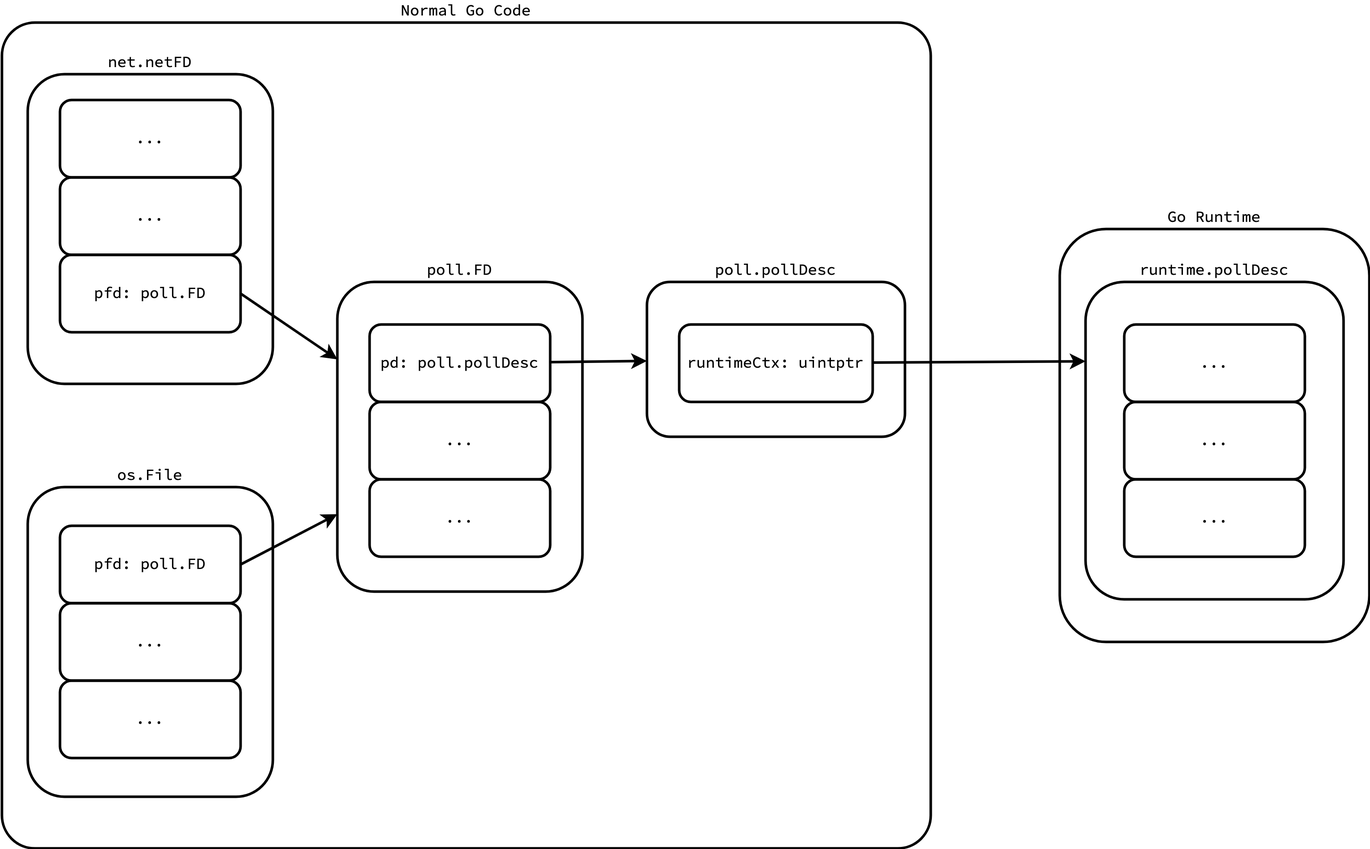
Above: assets/2025-03-11-go-scheduler/netpoll_descriptors.png in nghiant3223/nghiant3223.github.io (draw.io), before the change. Source tidied: cells renumbered, new cells last; positions are measured from the earlier drawing's top-left corner, leaving out a move shared by most shapes. Its diagram source:
```xml
<mxGraphModel>
  <root>
    <mxCell id="0" />
    <mxCell id="1" parent="0" />
    <mxCell id="2" value="Go Runtime" style="rounded=1;whiteSpace=wrap;html=1;labelPosition=center;verticalLabelPosition=top;align=center;verticalAlign=bottom;fontFamily=Source Code Pro;fontSource=https%3A%2F%2Ffonts.googleapis.com%2Fcss%3Ffamily%3DSource%2BCode%2BPro;strokeWidth=2;fillColor=none;" parent="1" vertex="1">
      <mxGeometry x="820" y="160" width="240" height="320" as="geometry" />
    </mxCell>
    <mxCell id="3" value="Normal Go Code" style="rounded=1;whiteSpace=wrap;html=1;labelPosition=center;verticalLabelPosition=top;align=center;verticalAlign=bottom;fontFamily=Source Code Pro;fontSource=https%3A%2F%2Ffonts.googleapis.com%2Fcss%3Ffamily%3DSource%2BCode%2BPro;strokeWidth=2;fillColor=none;arcSize=4;" parent="1" vertex="1">
      <mxGeometry width="720" height="640" as="geometry" />
    </mxCell>
    <mxCell id="4" value="poll.FD" style="rounded=1;whiteSpace=wrap;html=1;verticalAlign=bottom;labelPosition=center;verticalLabelPosition=top;align=center;fontFamily=Source Code Pro;fontSource=https%3A%2F%2Ffonts.googleapis.com%2Fcss%3Ffamily%3DSource%2BCode%2BPro;strokeWidth=2;fillColor=none;" parent="1" vertex="1">
      <mxGeometry x="260" y="201" width="190" height="240" as="geometry" />
    </mxCell>
    <mxCell id="5" value="pd: poll.pollDesc" style="rounded=1;whiteSpace=wrap;html=1;fontFamily=Source Code Pro;fontSource=https%3A%2F%2Ffonts.googleapis.com%2Fcss%3Ffamily%3DSource%2BCode%2BPro;strokeWidth=2;fillColor=none;" parent="1" vertex="1">
      <mxGeometry x="285" y="234" width="140" height="60" as="geometry" />
    </mxCell>
    <mxCell id="6" value="..." style="rounded=1;whiteSpace=wrap;html=1;fontFamily=Source Code Pro;fontSource=https%3A%2F%2Ffonts.googleapis.com%2Fcss%3Ffamily%3DSource%2BCode%2BPro;strokeWidth=2;fillColor=none;" parent="1" vertex="1">
      <mxGeometry x="285" y="294" width="140" height="60" as="geometry" />
    </mxCell>
    <mxCell id="7" value="..." style="rounded=1;whiteSpace=wrap;html=1;fontFamily=Source Code Pro;fontSource=https%3A%2F%2Ffonts.googleapis.com%2Fcss%3Ffamily%3DSource%2BCode%2BPro;strokeWidth=2;fillColor=none;" parent="1" vertex="1">
      <mxGeometry x="285" y="354" width="140" height="60" as="geometry" />
    </mxCell>
    <mxCell id="8" value="poll.pollDesc" style="rounded=1;whiteSpace=wrap;html=1;verticalAlign=bottom;labelPosition=center;verticalLabelPosition=top;align=center;fontFamily=Source Code Pro;fontSource=https%3A%2F%2Ffonts.googleapis.com%2Fcss%3Ffamily%3DSource%2BCode%2BPro;strokeWidth=2;fillColor=none;" parent="1" vertex="1">
      <mxGeometry x="500" y="201" width="200" height="120" as="geometry" />
    </mxCell>
    <mxCell id="9" value="runtimeCtx: uintptr" style="rounded=1;whiteSpace=wrap;html=1;fontFamily=Source Code Pro;fontSource=https%3A%2F%2Ffonts.googleapis.com%2Fcss%3Ffamily%3DSource%2BCode%2BPro;strokeWidth=2;fillColor=none;" parent="1" vertex="1">
      <mxGeometry x="525" y="234" width="150" height="60" as="geometry" />
    </mxCell>
    <mxCell id="10" style="endArrow=classic;html=1;rounded=0;fontFamily=Source Code Pro;fontSource=https%3A%2F%2Ffonts.googleapis.com%2Fcss%3Ffamily%3DSource%2BCode%2BPro;strokeWidth=2;fillColor=none;" parent="1" edge="1" source="5" target="8">
      <mxGeometry relative="1" as="geometry" />
    </mxCell>
    <mxCell id="11" value="runtime.pollDesc" style="rounded=1;whiteSpace=wrap;html=1;verticalAlign=bottom;labelPosition=center;verticalLabelPosition=top;align=center;fontFamily=Source Code Pro;fontSource=https%3A%2F%2Ffonts.googleapis.com%2Fcss%3Ffamily%3DSource%2BCode%2BPro;strokeWidth=2;fillColor=none;" parent="1" vertex="1">
      <mxGeometry x="840" y="201" width="200" height="246" as="geometry" />
    </mxCell>
    <mxCell id="12" value="..." style="rounded=1;whiteSpace=wrap;html=1;fontFamily=Source Code Pro;fontSource=https%3A%2F%2Ffonts.googleapis.com%2Fcss%3Ffamily%3DSource%2BCode%2BPro;strokeWidth=2;fillColor=none;" parent="1" vertex="1">
      <mxGeometry x="870" y="234" width="140" height="60" as="geometry" />
    </mxCell>
    <mxCell id="13" style="endArrow=classic;html=1;rounded=0;fontFamily=Source Code Pro;fontSource=https%3A%2F%2Ffonts.googleapis.com%2Fcss%3Ffamily%3DSource%2BCode%2BPro;strokeWidth=2;fillColor=none;entryX=0;entryY=0.25;entryDx=0;entryDy=0;" parent="1" edge="1" source="9" target="11">
      <mxGeometry relative="1" as="geometry" />
    </mxCell>
    <mxCell id="14" value="..." style="rounded=1;whiteSpace=wrap;html=1;fontFamily=Source Code Pro;fontSource=https%3A%2F%2Ffonts.googleapis.com%2Fcss%3Ffamily%3DSource%2BCode%2BPro;strokeWidth=2;fillColor=none;" parent="1" vertex="1">
      <mxGeometry x="870" y="294" width="140" height="60" as="geometry" />
    </mxCell>
    <mxCell id="15" value="..." style="rounded=1;whiteSpace=wrap;html=1;fontFamily=Source Code Pro;fontSource=https%3A%2F%2Ffonts.googleapis.com%2Fcss%3Ffamily%3DSource%2BCode%2BPro;strokeWidth=2;fillColor=none;" parent="1" vertex="1">
      <mxGeometry x="870" y="354" width="140" height="60" as="geometry" />
    </mxCell>
    <mxCell id="16" value="net.netFD" style="rounded=1;whiteSpace=wrap;html=1;verticalAlign=bottom;labelPosition=center;verticalLabelPosition=top;align=center;fontFamily=Source Code Pro;fontSource=https%3A%2F%2Ffonts.googleapis.com%2Fcss%3Ffamily%3DSource%2BCode%2BPro;strokeWidth=2;fillColor=none;" parent="1" vertex="1">
      <mxGeometry x="20" y="40" width="190" height="240" as="geometry" />
    </mxCell>
    <mxCell id="17" value="pfd: poll.FD" style="rounded=1;whiteSpace=wrap;html=1;fontFamily=Source Code Pro;fontSource=https%3A%2F%2Ffonts.googleapis.com%2Fcss%3Ffamily%3DSource%2BCode%2BPro;strokeWidth=2;fillColor=none;" parent="1" vertex="1">
      <mxGeometry x="45" y="180" width="140" height="60" as="geometry" />
    </mxCell>
    <mxCell id="18" value="..." style="rounded=1;whiteSpace=wrap;html=1;fontFamily=Source Code Pro;fontSource=https%3A%2F%2Ffonts.googleapis.com%2Fcss%3Ffamily%3DSource%2BCode%2BPro;strokeWidth=2;fillColor=none;" parent="1" vertex="1">
      <mxGeometry x="45" y="60" width="140" height="60" as="geometry" />
    </mxCell>
    <mxCell id="19" value="..." style="rounded=1;whiteSpace=wrap;html=1;fontFamily=Source Code Pro;fontSource=https%3A%2F%2Ffonts.googleapis.com%2Fcss%3Ffamily%3DSource%2BCode%2BPro;strokeWidth=2;fillColor=none;" parent="1" vertex="1">
      <mxGeometry x="45" y="120" width="140" height="60" as="geometry" />
    </mxCell>
    <mxCell id="20" value="os.File" style="rounded=1;whiteSpace=wrap;html=1;verticalAlign=bottom;labelPosition=center;verticalLabelPosition=top;align=center;fontFamily=Source Code Pro;fontSource=https%3A%2F%2Ffonts.googleapis.com%2Fcss%3Ffamily%3DSource%2BCode%2BPro;strokeWidth=2;fillColor=none;" parent="1" vertex="1">
      <mxGeometry x="20" y="360" width="190" height="240" as="geometry" />
    </mxCell>
    <mxCell id="21" value="pfd: poll.FD" style="rounded=1;whiteSpace=wrap;html=1;fontFamily=Source Code Pro;fontSource=https%3A%2F%2Ffonts.googleapis.com%2Fcss%3Ffamily%3DSource%2BCode%2BPro;strokeWidth=2;fillColor=none;" parent="1" vertex="1">
      <mxGeometry x="45" y="390" width="140" height="60" as="geometry" />
    </mxCell>
    <mxCell id="22" value="..." style="rounded=1;whiteSpace=wrap;html=1;fontFamily=Source Code Pro;fontSource=https%3A%2F%2Ffonts.googleapis.com%2Fcss%3Ffamily%3DSource%2BCode%2BPro;strokeWidth=2;fillColor=none;" parent="1" vertex="1">
      <mxGeometry x="45" y="450" width="140" height="60" as="geometry" />
    </mxCell>
    <mxCell id="23" value="..." style="rounded=1;whiteSpace=wrap;html=1;fontFamily=Source Code Pro;fontSource=https%3A%2F%2Ffonts.googleapis.com%2Fcss%3Ffamily%3DSource%2BCode%2BPro;strokeWidth=2;fillColor=none;" parent="1" vertex="1">
      <mxGeometry x="45" y="510" width="140" height="60" as="geometry" />
    </mxCell>
    <mxCell id="24" style="endArrow=classic;html=1;rounded=0;fontFamily=Source Code Pro;fontSource=https%3A%2F%2Ffonts.googleapis.com%2Fcss%3Ffamily%3DSource%2BCode%2BPro;strokeWidth=2;fillColor=none;exitX=1;exitY=0.5;exitDx=0;exitDy=0;entryX=0;entryY=0.75;entryDx=0;entryDy=0;" parent="1" edge="1" source="21" target="4">
      <mxGeometry relative="1" as="geometry" />
    </mxCell>
    <mxCell id="25" style="endArrow=classic;html=1;rounded=0;fontFamily=Source Code Pro;fontSource=https%3A%2F%2Ffonts.googleapis.com%2Fcss%3Ffamily%3DSource%2BCode%2BPro;strokeWidth=2;fillColor=none;exitX=1;exitY=0.5;exitDx=0;exitDy=0;entryX=0;entryY=0.25;entryDx=0;entryDy=0;" parent="1" edge="1" source="17" target="4">
      <mxGeometry relative="1" as="geometry" />
    </mxCell>
  </root>
</mxGraphModel>
```
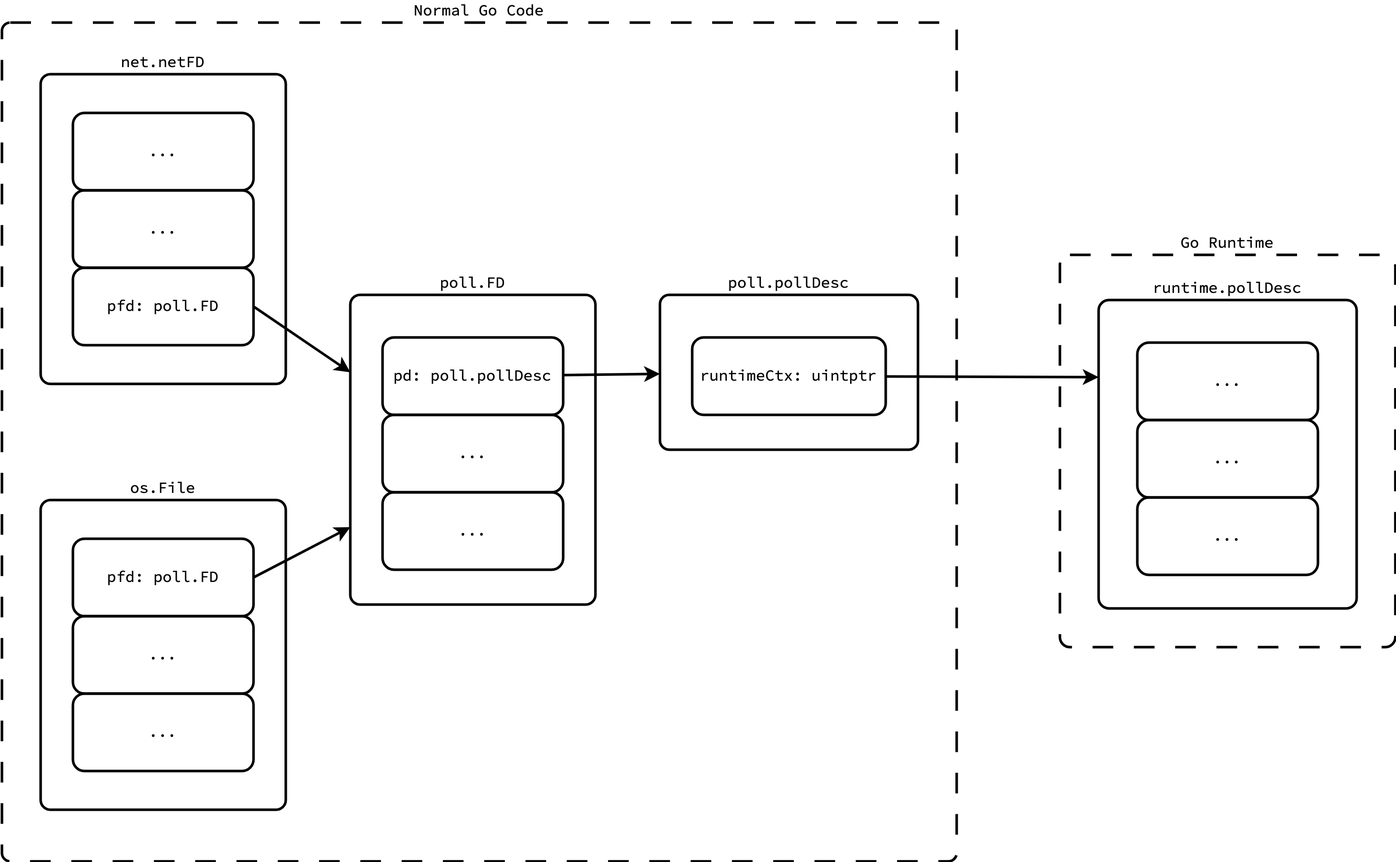
The same diagram one commit later.

Diff of the diagram source:
```diff
@@ -2,13 +2,13 @@
   <root>
     <mxCell id="0" />
     <mxCell id="1" parent="0" />
-    <mxCell id="2" value="Go Runtime" style="rounded=1;whiteSpace=wrap;html=1;labelPosition=center;verticalLabelPosition=top;align=center;verticalAlign=bottom;fontFamily=Source Code Pro;fontSource=https%3A%2F%2Ffonts.googleapis.com%2Fcss%3Ffamily%3DSource%2BCode%2BPro;strokeWidth=2;fillColor=none;" parent="1" vertex="1">
-      <mxGeometry x="820" y="160" width="240" height="320" as="geometry" />
+    <mxCell id="2" value="Go Runtime" style="rounded=1;whiteSpace=wrap;html=1;labelPosition=center;verticalLabelPosition=top;align=center;verticalAlign=bottom;fontFamily=Source Code Pro;fontSource=https%3A%2F%2Ffonts.googleapis.com%2Fcss%3Ffamily%3DSource%2BCode%2BPro;strokeWidth=2;fillColor=none;arcSize=3;dashed=1;dashPattern=8 8;" parent="1" vertex="1">
+      <mxGeometry x="810" y="170" width="260" height="304" as="geometry" />
     </mxCell>
-    <mxCell id="3" value="Normal Go Code" style="rounded=1;whiteSpace=wrap;html=1;labelPosition=center;verticalLabelPosition=top;align=center;verticalAlign=bottom;fontFamily=Source Code Pro;fontSource=https%3A%2F%2Ffonts.googleapis.com%2Fcss%3Ffamily%3DSource%2BCode%2BPro;strokeWidth=2;fillColor=none;arcSize=4;" parent="1" vertex="1">
-      <mxGeometry width="720" height="640" as="geometry" />
+    <mxCell id="3" value="Normal Go Code" style="rounded=1;whiteSpace=wrap;html=1;labelPosition=center;verticalLabelPosition=top;align=center;verticalAlign=bottom;fontFamily=Source Code Pro;fontSource=https%3A%2F%2Ffonts.googleapis.com%2Fcss%3Ffamily%3DSource%2BCode%2BPro;strokeWidth=2;fillColor=none;arcSize=1;dashed=1;dashPattern=8 8;" parent="1" vertex="1">
+      <mxGeometry x="-10" y="-10" width="740" height="650" as="geometry" />
     </mxCell>
-    <mxCell id="4" value="poll.FD" style="rounded=1;whiteSpace=wrap;html=1;verticalAlign=bottom;labelPosition=center;verticalLabelPosition=top;align=center;fontFamily=Source Code Pro;fontSource=https%3A%2F%2Ffonts.googleapis.com%2Fcss%3Ffamily%3DSource%2BCode%2BPro;strokeWidth=2;fillColor=none;" parent="1" vertex="1">
+    <mxCell id="4" value="poll.FD" style="rounded=1;whiteSpace=wrap;html=1;verticalAlign=bottom;labelPosition=center;verticalLabelPosition=top;align=center;fontFamily=Source Code Pro;fontSource=https%3A%2F%2Ffonts.googleapis.com%2Fcss%3Ffamily%3DSource%2BCode%2BPro;strokeWidth=2;fillColor=none;arcSize=4;" parent="1" vertex="1">
       <mxGeometry x="260" y="201" width="190" height="240" as="geometry" />
     </mxCell>
     <mxCell id="5" value="pd: poll.pollDesc" style="rounded=1;whiteSpace=wrap;html=1;fontFamily=Source Code Pro;fontSource=https%3A%2F%2Ffonts.googleapis.com%2Fcss%3Ffamily%3DSource%2BCode%2BPro;strokeWidth=2;fillColor=none;" parent="1" vertex="1">
@@ -20,7 +20,7 @@
     <mxCell id="7" value="..." style="rounded=1;whiteSpace=wrap;html=1;fontFamily=Source Code Pro;fontSource=https%3A%2F%2Ffonts.googleapis.com%2Fcss%3Ffamily%3DSource%2BCode%2BPro;strokeWidth=2;fillColor=none;" parent="1" vertex="1">
       <mxGeometry x="285" y="354" width="140" height="60" as="geometry" />
     </mxCell>
-    <mxCell id="8" value="poll.pollDesc" style="rounded=1;whiteSpace=wrap;html=1;verticalAlign=bottom;labelPosition=center;verticalLabelPosition=top;align=center;fontFamily=Source Code Pro;fontSource=https%3A%2F%2Ffonts.googleapis.com%2Fcss%3Ffamily%3DSource%2BCode%2BPro;strokeWidth=2;fillColor=none;" parent="1" vertex="1">
+    <mxCell id="8" value="poll.pollDesc" style="rounded=1;whiteSpace=wrap;html=1;verticalAlign=bottom;labelPosition=center;verticalLabelPosition=top;align=center;fontFamily=Source Code Pro;fontSource=https%3A%2F%2Ffonts.googleapis.com%2Fcss%3Ffamily%3DSource%2BCode%2BPro;strokeWidth=2;fillColor=none;arcSize=6;" parent="1" vertex="1">
       <mxGeometry x="500" y="201" width="200" height="120" as="geometry" />
     </mxCell>
     <mxCell id="9" value="runtimeCtx: uintptr" style="rounded=1;whiteSpace=wrap;html=1;fontFamily=Source Code Pro;fontSource=https%3A%2F%2Ffonts.googleapis.com%2Fcss%3Ffamily%3DSource%2BCode%2BPro;strokeWidth=2;fillColor=none;" parent="1" vertex="1">
@@ -29,23 +29,23 @@
     <mxCell id="10" style="endArrow=classic;html=1;rounded=0;fontFamily=Source Code Pro;fontSource=https%3A%2F%2Ffonts.googleapis.com%2Fcss%3Ffamily%3DSource%2BCode%2BPro;strokeWidth=2;fillColor=none;" parent="1" edge="1" source="5" target="8">
       <mxGeometry relative="1" as="geometry" />
     </mxCell>
-    <mxCell id="11" value="runtime.pollDesc" style="rounded=1;whiteSpace=wrap;html=1;verticalAlign=bottom;labelPosition=center;verticalLabelPosition=top;align=center;fontFamily=Source Code Pro;fontSource=https%3A%2F%2Ffonts.googleapis.com%2Fcss%3Ffamily%3DSource%2BCode%2BPro;strokeWidth=2;fillColor=none;" parent="1" vertex="1">
-      <mxGeometry x="840" y="201" width="200" height="246" as="geometry" />
+    <mxCell id="11" value="runtime.pollDesc" style="rounded=1;whiteSpace=wrap;html=1;verticalAlign=bottom;labelPosition=center;verticalLabelPosition=top;align=center;fontFamily=Source Code Pro;fontSource=https%3A%2F%2Ffonts.googleapis.com%2Fcss%3Ffamily%3DSource%2BCode%2BPro;strokeWidth=2;fillColor=none;arcSize=4;" parent="1" vertex="1">
+      <mxGeometry x="840" y="205" width="200" height="239" as="geometry" />
     </mxCell>
     <mxCell id="12" value="..." style="rounded=1;whiteSpace=wrap;html=1;fontFamily=Source Code Pro;fontSource=https%3A%2F%2Ffonts.googleapis.com%2Fcss%3Ffamily%3DSource%2BCode%2BPro;strokeWidth=2;fillColor=none;" parent="1" vertex="1">
-      <mxGeometry x="870" y="234" width="140" height="60" as="geometry" />
+      <mxGeometry x="870" y="238" width="140" height="60" as="geometry" />
     </mxCell>
     <mxCell id="13" style="endArrow=classic;html=1;rounded=0;fontFamily=Source Code Pro;fontSource=https%3A%2F%2Ffonts.googleapis.com%2Fcss%3Ffamily%3DSource%2BCode%2BPro;strokeWidth=2;fillColor=none;entryX=0;entryY=0.25;entryDx=0;entryDy=0;" parent="1" edge="1" source="9" target="11">
       <mxGeometry relative="1" as="geometry" />
     </mxCell>
     <mxCell id="14" value="..." style="rounded=1;whiteSpace=wrap;html=1;fontFamily=Source Code Pro;fontSource=https%3A%2F%2Ffonts.googleapis.com%2Fcss%3Ffamily%3DSource%2BCode%2BPro;strokeWidth=2;fillColor=none;" parent="1" vertex="1">
-      <mxGeometry x="870" y="294" width="140" height="60" as="geometry" />
+      <mxGeometry x="870" y="298" width="140" height="60" as="geometry" />
     </mxCell>
     <mxCell id="15" value="..." style="rounded=1;whiteSpace=wrap;html=1;fontFamily=Source Code Pro;fontSource=https%3A%2F%2Ffonts.googleapis.com%2Fcss%3Ffamily%3DSource%2BCode%2BPro;strokeWidth=2;fillColor=none;" parent="1" vertex="1">
-      <mxGeometry x="870" y="354" width="140" height="60" as="geometry" />
+      <mxGeometry x="870" y="358" width="140" height="60" as="geometry" />
     </mxCell>
-    <mxCell id="16" value="net.netFD" style="rounded=1;whiteSpace=wrap;html=1;verticalAlign=bottom;labelPosition=center;verticalLabelPosition=top;align=center;fontFamily=Source Code Pro;fontSource=https%3A%2F%2Ffonts.googleapis.com%2Fcss%3Ffamily%3DSource%2BCode%2BPro;strokeWidth=2;fillColor=none;" parent="1" vertex="1">
-      <mxGeometry x="20" y="40" width="190" height="240" as="geometry" />
+    <mxCell id="16" value="net.netFD" style="rounded=1;whiteSpace=wrap;html=1;verticalAlign=bottom;labelPosition=center;verticalLabelPosition=top;align=center;fontFamily=Source Code Pro;fontSource=https%3A%2F%2Ffonts.googleapis.com%2Fcss%3Ffamily%3DSource%2BCode%2BPro;strokeWidth=2;fillColor=none;arcSize=4;" parent="1" vertex="1">
+      <mxGeometry x="20" y="30" width="190" height="240" as="geometry" />
     </mxCell>
     <mxCell id="17" value="pfd: poll.FD" style="rounded=1;whiteSpace=wrap;html=1;fontFamily=Source Code Pro;fontSource=https%3A%2F%2Ffonts.googleapis.com%2Fcss%3Ffamily%3DSource%2BCode%2BPro;strokeWidth=2;fillColor=none;" parent="1" vertex="1">
       <mxGeometry x="45" y="180" width="140" height="60" as="geometry" />
@@ -56,7 +56,7 @@
     <mxCell id="19" value="..." style="rounded=1;whiteSpace=wrap;html=1;fontFamily=Source Code Pro;fontSource=https%3A%2F%2Ffonts.googleapis.com%2Fcss%3Ffamily%3DSource%2BCode%2BPro;strokeWidth=2;fillColor=none;" parent="1" vertex="1">
       <mxGeometry x="45" y="120" width="140" height="60" as="geometry" />
     </mxCell>
-    <mxCell id="20" value="os.File" style="rounded=1;whiteSpace=wrap;html=1;verticalAlign=bottom;labelPosition=center;verticalLabelPosition=top;align=center;fontFamily=Source Code Pro;fontSource=https%3A%2F%2Ffonts.googleapis.com%2Fcss%3Ffamily%3DSource%2BCode%2BPro;strokeWidth=2;fillColor=none;" parent="1" vertex="1">
+    <mxCell id="20" value="os.File" style="rounded=1;whiteSpace=wrap;html=1;verticalAlign=bottom;labelPosition=center;verticalLabelPosition=top;align=center;fontFamily=Source Code Pro;fontSource=https%3A%2F%2Ffonts.googleapis.com%2Fcss%3Ffamily%3DSource%2BCode%2BPro;strokeWidth=2;fillColor=none;arcSize=4;" parent="1" vertex="1">
       <mxGeometry x="20" y="360" width="190" height="240" as="geometry" />
     </mxCell>
     <mxCell id="21" value="pfd: poll.FD" style="rounded=1;whiteSpace=wrap;html=1;fontFamily=Source Code Pro;fontSource=https%3A%2F%2Ffonts.googleapis.com%2Fcss%3Ffamily%3DSource%2BCode%2BPro;strokeWidth=2;fillColor=none;" parent="1" vertex="1">
```
